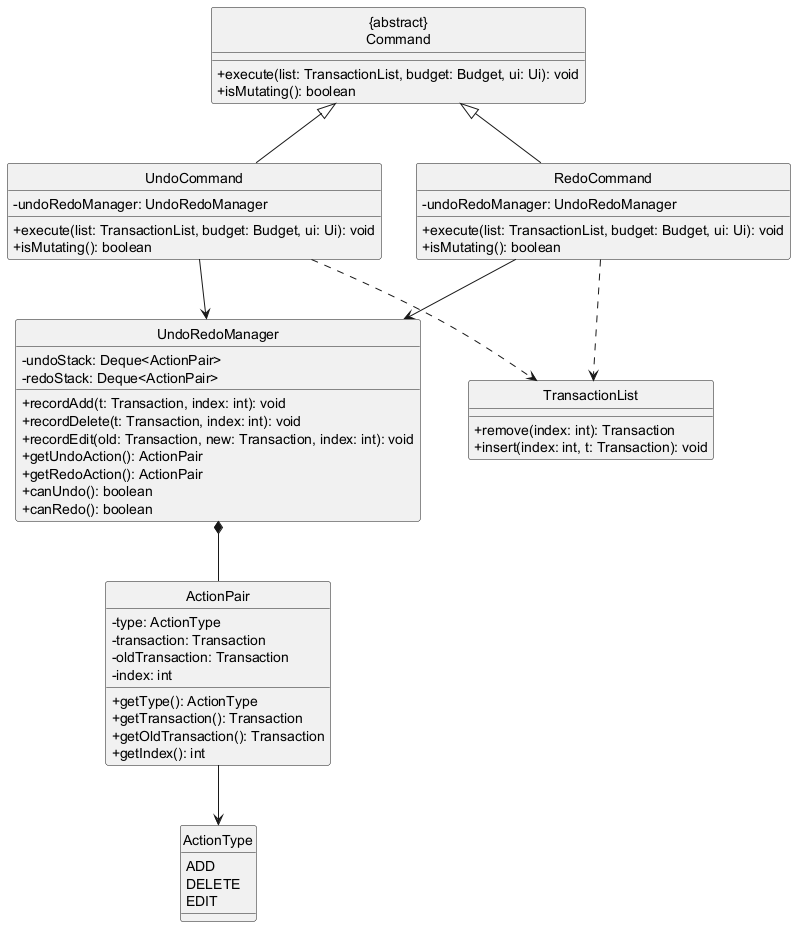
Before: docs/diagrams/UndoRedoClassDiagram.png, a diagram exported from PlantUML (AY2526S2-CS2113-T14-4/tp).
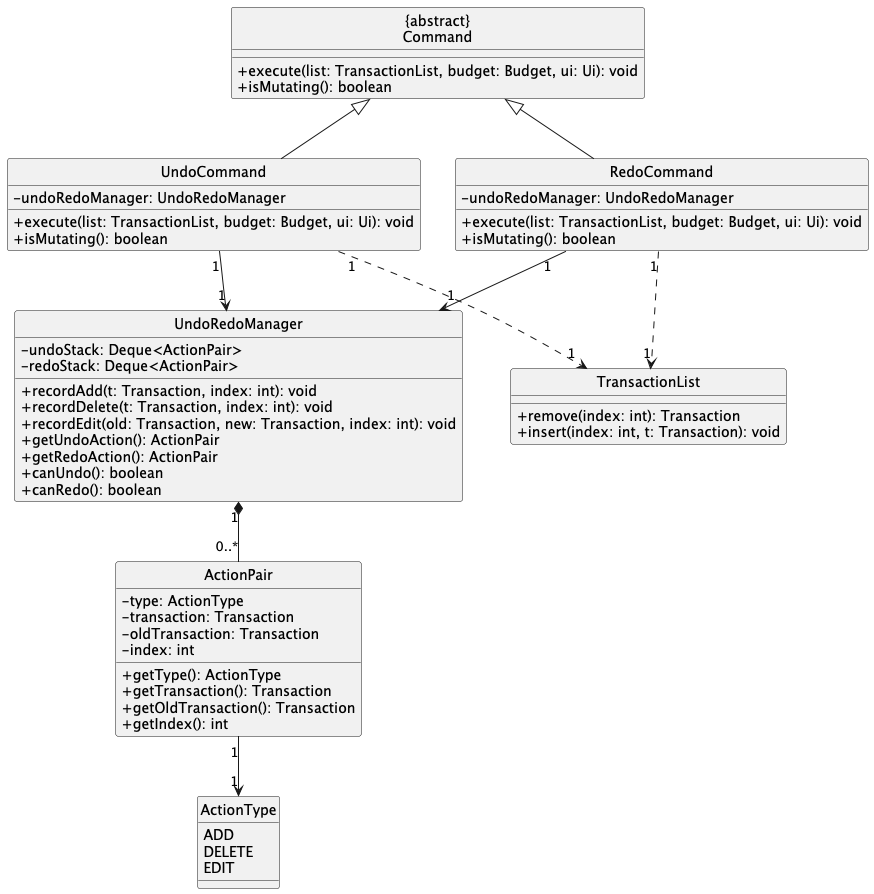
Above is the later version.

Commit message:
Update UndoRedoClassDiagram and its PNG

Change to the diagram source:
```diff
@@ -55,10 +55,10 @@
 
 Command <|-- UndoCommand
 Command <|-- RedoCommand
-UndoCommand --> UndoRedoManager
-RedoCommand --> UndoRedoManager
-UndoRedoManager *-- ActionPair
-ActionPair --> ActionType
-UndoCommand ..> TransactionList
-RedoCommand ..> TransactionList
+UndoCommand "1" --> "1" UndoRedoManager
+RedoCommand "1" --> "1" UndoRedoManager
+UndoRedoManager "1" *-- "0..*" ActionPair
+ActionPair "1" --> "1" ActionType
+UndoCommand "1" ..> "1" TransactionList
+RedoCommand "1" ..> "1" TransactionList
 @enduml
```
